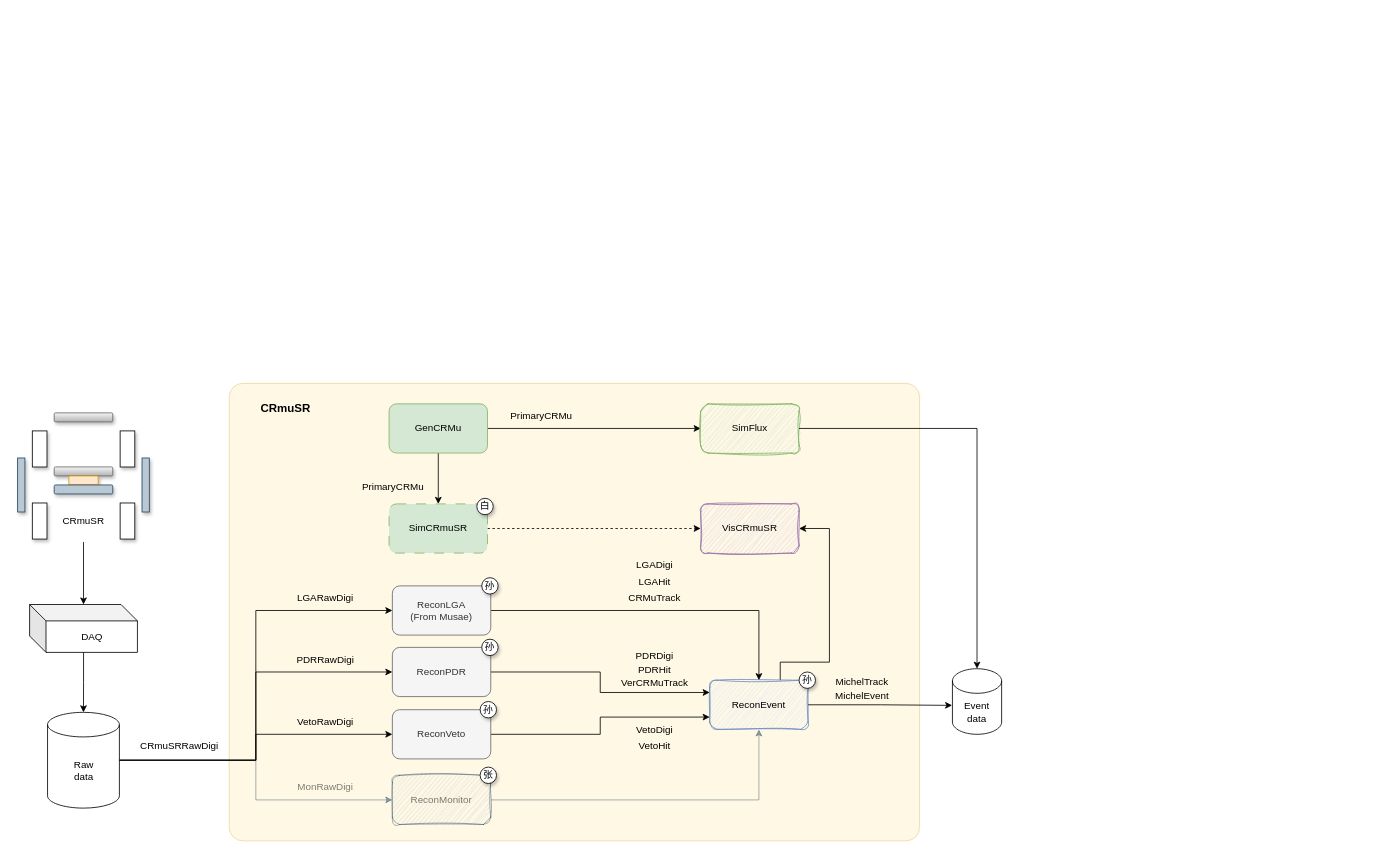
Lawrence-Sun/diagrams keeps this draw.io diagram as CRmuSRReconNew.drawio. Above is the earlier version. Source tidied: cells renumbered, new cells numbered last; positions are measured from the earlier drawing's top-left corner, leaving out a move shared by most shapes. Both pictures are drawn from the tidied source at 82%, with x=0, y=0 at pixel (17, 383).
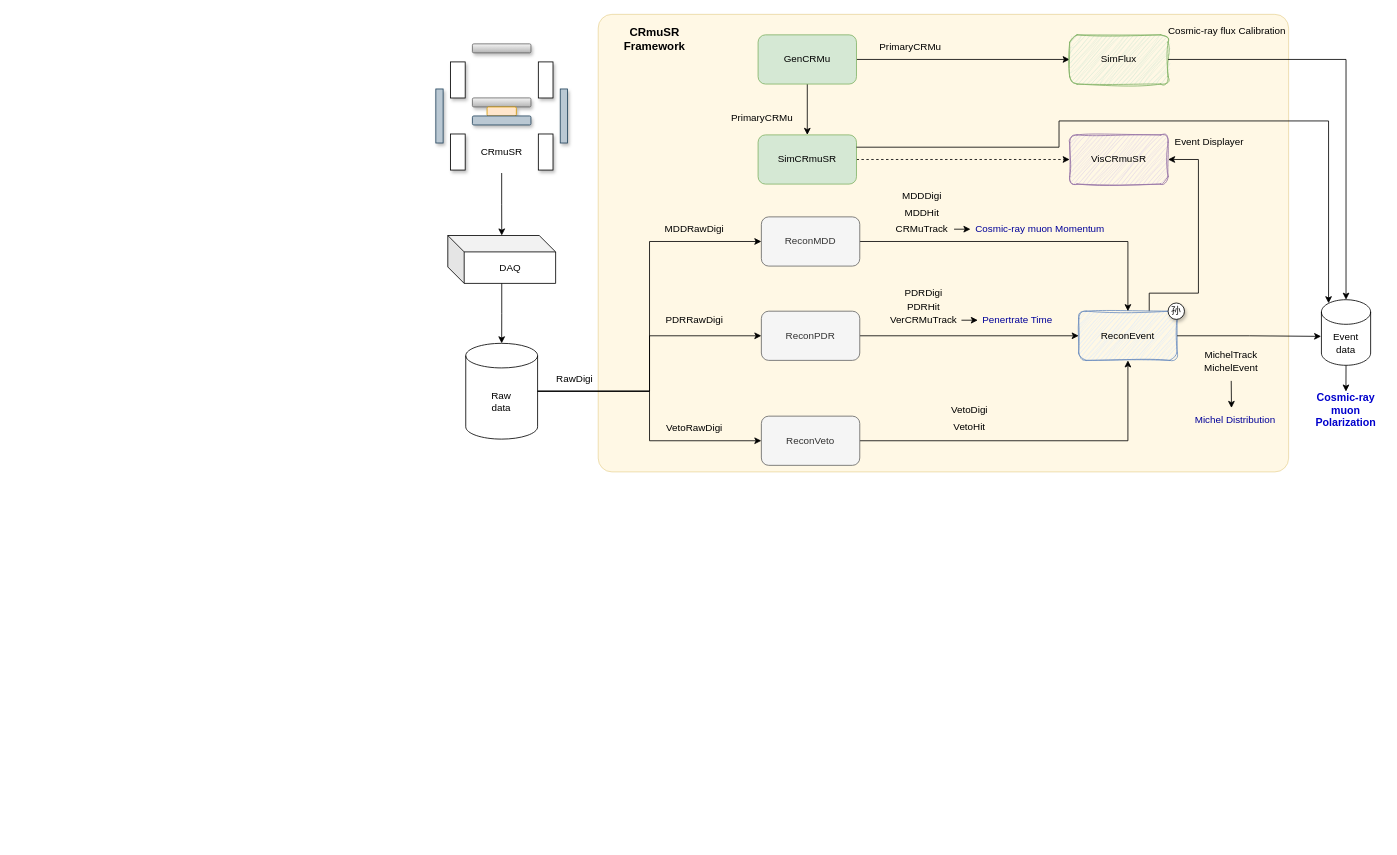
Above is the later version.

Unchanged cells that the change refers to:
```xml
<mxCell id="29" value="Raw&lt;div&gt;data&lt;/div&gt;" style="shape=cylinder3;whiteSpace=wrap;html=1;boundedLbl=1;backgroundOutline=1;size=15;" parent="26" vertex="1">
  <mxGeometry x="36.5" y="365.2" width="87.6" height="116.8" as="geometry" />
</mxCell>
```

Diff of the diagram source:
```diff
@@
     <mxCell id="2" style="rounded=1;whiteSpace=wrap;html=1;arcSize=3;fillColor=#fff2cc;strokeColor=#d6b656;opacity=50;" parent="1" vertex="1">
-      <mxGeometry x="258" width="842" height="558" as="geometry" />
+      <mxGeometry x="708" y="-450" width="842" height="558" as="geometry" />
     </mxCell>
     <mxCell id="3" style="edgeStyle=orthogonalEdgeStyle;rounded=0;jettySize=auto;html=1;entryX=1;entryY=0.5;entryDx=0;entryDy=0;" parent="1" edge="1" source="4" target="5">
       <mxGeometry relative="1" as="geometry">
         <Array as="points">
-          <mxPoint x="930" y="340" />
-          <mxPoint x="990" y="340" />
-          <mxPoint x="990" y="177" />
+          <mxPoint x="1380" y="-110" />
+          <mxPoint x="1440" y="-110" />
+          <mxPoint x="1440" y="-273" />
         </Array>
       </mxGeometry>
     </mxCell>
     <mxCell id="4" value="ReconEvent" style="rounded=1;whiteSpace=wrap;html=1;fillColor=#dae8fc;strokeColor=#6c8ebf;sketch=1;curveFitting=1;jiggle=2;fillStyle=auto;" parent="1" vertex="1">
-      <mxGeometry x="844" y="362" width="120" height="60" as="geometry" />
+      <mxGeometry x="1294" y="-88" width="120" height="60" as="geometry" />
     </mxCell>
     <mxCell id="5" value="VisCRmuSR" style="rounded=1;whiteSpace=wrap;html=1;fillColor=#e1d5e7;strokeColor=#9673a6;sketch=1;curveFitting=1;jiggle=2;" parent="1" vertex="1">
-      <mxGeometry x="833" y="147" width="120" height="60" as="geometry" />
+      <mxGeometry x="1283" y="-303" width="120" height="60" as="geometry" />
     </mxCell>
@@
     <mxCell id="8" value="GenCRMu" style="rounded=1;whiteSpace=wrap;html=1;fillColor=#d5e8d4;strokeColor=#82b366;" parent="1" vertex="1">
-      <mxGeometry x="453" y="25" width="120" height="60" as="geometry" />
+      <mxGeometry x="903" y="-425" width="120" height="60" as="geometry" />
     </mxCell>
@@
-    <mxCell id="10" value="SimCRmuSR" style="rounded=1;whiteSpace=wrap;html=1;fillColor=#d5e8d4;strokeColor=#82b366;glass=0;dashed=1;dashPattern=12 12;" parent="1" vertex="1">
-      <mxGeometry x="453" y="147" width="120" height="60" as="geometry" />
+    <mxCell id="10" value="SimCRmuSR" style="rounded=1;whiteSpace=wrap;html=1;fillColor=#d5e8d4;strokeColor=#82b366;glass=0;" parent="1" vertex="1">
+      <mxGeometry x="903" y="-303" width="120" height="60" as="geometry" />
     </mxCell>
-    <mxCell id="11" value="&lt;b&gt;&lt;font style=&quot;font-size: 14px;&quot;&gt;CRmuSR&lt;/font&gt;&lt;/b&gt;" style="text;html=1;whiteSpace=wrap;strokeColor=none;fillColor=none;align=center;verticalAlign=middle;rounded=0;" parent="1" vertex="1">
-      <mxGeometry x="297" y="15" width="60" height="30" as="geometry" />
+    <mxCell id="11" value="&lt;b&gt;&lt;font style=&quot;font-size: 14px;&quot;&gt;CRmuSR Framework&lt;/font&gt;&lt;/b&gt;" style="text;html=1;whiteSpace=wrap;strokeColor=none;fillColor=none;align=center;verticalAlign=middle;rounded=0;" parent="1" vertex="1">
+      <mxGeometry x="747" y="-435" width="60" height="30" as="geometry" />
     </mxCell>
     <mxCell id="12" value="SimFlux" style="rounded=1;whiteSpace=wrap;html=1;fillColor=#d5e8d4;strokeColor=#82b366;sketch=1;curveFitting=1;jiggle=2;" parent="1" vertex="1">
-      <mxGeometry x="833" y="25" width="120" height="60" as="geometry" />
+      <mxGeometry x="1283" y="-425" width="120" height="60" as="geometry" />
     </mxCell>
@@
-    <mxCell id="14" value="白" style="ellipse;whiteSpace=wrap;html=1;shadow=1;" parent="1" vertex="1">
-      <mxGeometry x="560" y="140.2" width="20" height="20" as="geometry" />
-    </mxCell>
     <mxCell id="15" value="PrimaryCRMu" style="text;html=1;whiteSpace=wrap;strokeColor=none;fillColor=none;align=center;verticalAlign=middle;rounded=0;" parent="1" vertex="1">
-      <mxGeometry x="594" y="25" width="90" height="30" as="geometry" />
+      <mxGeometry x="1044" y="-425" width="90" height="30" as="geometry" />
     </mxCell>
     <mxCell id="16" value="PrimaryCRMu" style="text;html=1;whiteSpace=wrap;strokeColor=none;fillColor=none;align=center;verticalAlign=middle;rounded=0;" parent="1" vertex="1">
-      <mxGeometry x="413" y="111" width="90" height="30" as="geometry" />
+      <mxGeometry x="863" y="-339" width="90" height="30" as="geometry" />
     </mxCell>
-    <mxCell id="17" value="CRmuSRRawDigi" style="text;html=1;whiteSpace=wrap;strokeColor=none;fillColor=none;align=center;verticalAlign=middle;rounded=0;" parent="1" vertex="1">
-      <mxGeometry x="148" y="428" width="99" height="30" as="geometry" />
+    <mxCell id="17" value="RawDigi" style="text;html=1;whiteSpace=wrap;strokeColor=none;fillColor=none;align=center;verticalAlign=middle;rounded=0;" parent="1" vertex="1">
+      <mxGeometry x="630" y="-20" width="99" height="30" as="geometry" />
     </mxCell>
@@
-    <mxCell id="19" value="ReconLGA&lt;div&gt;(From Musae)&lt;/div&gt;" style="rounded=1;whiteSpace=wrap;html=1;glass=0;shadow=0;fillColor=#f5f5f5;fillStyle=hachure;strokeColor=#666666;fontColor=#333333;" parent="1" vertex="1">
-      <mxGeometry x="457" y="247" width="120" height="60" as="geometry" />
+    <mxCell id="19" value="ReconMDD" style="rounded=1;whiteSpace=wrap;html=1;glass=0;shadow=0;fillColor=#f5f5f5;fillStyle=hachure;strokeColor=#666666;fontColor=#333333;" parent="1" vertex="1">
+      <mxGeometry x="907" y="-203" width="120" height="60" as="geometry" />
     </mxCell>
-    <mxCell id="20" style="edgeStyle=orthogonalEdgeStyle;rounded=0;jettySize=auto;html=1;entryX=0;entryY=0.25;entryDx=0;entryDy=0;" parent="1" edge="1" source="21" target="4">
+    <mxCell id="20" style="edgeStyle=orthogonalEdgeStyle;rounded=0;jettySize=auto;html=1;entryX=0;entryY=0.5;entryDx=0;entryDy=0;" parent="1" edge="1" source="21" target="4">
       <mxGeometry relative="1" as="geometry" />
     </mxCell>
     <mxCell id="21" value="ReconPDR" style="rounded=1;whiteSpace=wrap;html=1;glass=0;shadow=0;fillColor=#f5f5f5;fillStyle=hachure;strokeColor=#666666;fontColor=#333333;" parent="1" vertex="1">
-      <mxGeometry x="457" y="322" width="120" height="60" as="geometry" />
+      <mxGeometry x="907" y="-88" width="120" height="60" as="geometry" />
     </mxCell>
-    <mxCell id="22" style="edgeStyle=orthogonalEdgeStyle;rounded=0;jettySize=auto;html=1;entryX=0.5;entryY=1;entryDx=0;entryDy=0;fillColor=#bac8d3;strokeColor=#23445d;opacity=50;textOpacity=50;" parent="1" edge="1" source="23" target="4">
-      <mxGeometry relative="1" as="geometry" />
-    </mxCell>
-    <mxCell id="23" value="ReconMonitor" style="rounded=1;whiteSpace=wrap;html=1;sketch=1;curveFitting=1;jiggle=2;glass=0;shadow=0;fillColor=#bac8d3;fillStyle=hachure;strokeColor=#23445d;opacity=50;textOpacity=50;" parent="1" vertex="1">
-      <mxGeometry x="457" y="478" width="120" height="60" as="geometry" />
-    </mxCell>
-    <mxCell id="24" style="edgeStyle=orthogonalEdgeStyle;rounded=0;jettySize=auto;html=1;entryX=0;entryY=0.75;entryDx=0;entryDy=0;" parent="1" edge="1" source="25" target="4">
-      <mxGeometry relative="1" as="geometry" />
+    <mxCell id="24" style="edgeStyle=orthogonalEdgeStyle;rounded=0;jettySize=auto;html=1;entryX=0.5;entryY=1;entryDx=0;entryDy=0;" parent="1" edge="1" source="25" target="4">
+      <mxGeometry relative="1" as="geometry">
+        <Array as="points">
+          <mxPoint x="1354" y="70" />
+        </Array>
+      </mxGeometry>
     </mxCell>
     <mxCell id="25" value="ReconVeto" style="rounded=1;whiteSpace=wrap;html=1;glass=0;shadow=0;fillColor=#f5f5f5;fillStyle=hachure;strokeColor=#666666;fontColor=#333333;" parent="1" vertex="1">
-      <mxGeometry x="457" y="398" width="120" height="60" as="geometry" />
+      <mxGeometry x="907" y="40" width="120" height="60" as="geometry" />
     </mxCell>
     <mxCell id="26" style="group;" parent="1" vertex="1">
-      <mxGeometry y="36" width="160.7" height="482" as="geometry" />
+      <mxGeometry x="510" y="-414" width="160.7" height="482" as="geometry" />
     </mxCell>
@@
-    <mxCell id="44" style="edgeStyle=orthogonalEdgeStyle;rounded=0;jettySize=auto;html=1;entryX=0;entryY=0.5;entryDx=0;entryDy=0;fillColor=#bac8d3;strokeColor=#23445d;opacity=50;textOpacity=50;" parent="1" edge="1" source="29" target="23">
-      <mxGeometry relative="1" as="geometry" />
-    </mxCell>
@@
-    <mxCell id="46" value="LGADigi" style="text;html=1;whiteSpace=wrap;strokeColor=none;fillColor=none;align=center;verticalAlign=middle;rounded=0;" parent="1" vertex="1">
-      <mxGeometry x="747" y="207" width="60" height="30" as="geometry" />
+    <mxCell id="46" value="MDDDigi" style="text;html=1;whiteSpace=wrap;strokeColor=none;fillColor=none;align=center;verticalAlign=middle;rounded=0;" parent="1" vertex="1">
+      <mxGeometry x="1073" y="-243" width="60" height="30" as="geometry" />
     </mxCell>
-    <mxCell id="47" value="LGAHit" style="text;html=1;whiteSpace=wrap;strokeColor=none;fillColor=none;align=center;verticalAlign=middle;rounded=0;fontColor=light-dark(#000000,#FF8000);" parent="1" vertex="1">
-      <mxGeometry x="747" y="227" width="60" height="30" as="geometry" />
+    <mxCell id="47" value="MDDHit" style="text;html=1;whiteSpace=wrap;strokeColor=none;fillColor=none;align=center;verticalAlign=middle;rounded=0;fontColor=light-dark(#000000,#FF8000);" parent="1" vertex="1">
+      <mxGeometry x="1073" y="-223" width="60" height="30" as="geometry" />
     </mxCell>
+    <mxCell id="67" style="edgeStyle=orthogonalEdgeStyle;rounded=0;orthogonalLoop=1;jettySize=auto;html=1;" parent="1" edge="1">
+      <mxGeometry relative="1" as="geometry">
+        <mxPoint x="1142" y="-188" as="sourcePoint" />
+        <mxPoint x="1162" y="-188" as="targetPoint" />
+      </mxGeometry>
+    </mxCell>
     <mxCell id="48" value="CRMuTrack" style="text;html=1;whiteSpace=wrap;strokeColor=none;fillColor=none;align=center;verticalAlign=middle;rounded=0;fontColor=light-dark(#000000,#FF8000);" parent="1" vertex="1">
-      <mxGeometry x="747" y="247" width="60" height="30" as="geometry" />
+      <mxGeometry x="1073" y="-203" width="60" height="30" as="geometry" />
     </mxCell>
-    <mxCell id="49" value="LGARawDigi" style="text;html=1;whiteSpace=wrap;strokeColor=none;fillColor=none;align=center;verticalAlign=middle;rounded=0;" parent="1" vertex="1">
-      <mxGeometry x="326" y="247" width="99" height="30" as="geometry" />
+    <mxCell id="49" value="MDDRawDigi" style="text;html=1;whiteSpace=wrap;strokeColor=none;fillColor=none;align=center;verticalAlign=middle;rounded=0;" parent="1" vertex="1">
+      <mxGeometry x="776" y="-203" width="99" height="30" as="geometry" />
     </mxCell>
-    <mxCell id="50" value="张" style="ellipse;whiteSpace=wrap;html=1;shadow=1;" parent="1" vertex="1">
-      <mxGeometry x="564" y="468" width="20" height="20" as="geometry" />
-    </mxCell>
     <mxCell id="51" value="孙" style="ellipse;whiteSpace=wrap;html=1;shadow=1;" parent="1" vertex="1">
-      <mxGeometry x="953" y="352" width="20" height="20" as="geometry" />
+      <mxGeometry x="1403" y="-98" width="20" height="20" as="geometry" />
     </mxCell>
-    <mxCell id="52" value="孙" style="ellipse;whiteSpace=wrap;html=1;shadow=1;" parent="1" vertex="1">
-      <mxGeometry x="566" y="312" width="20" height="20" as="geometry" />
-    </mxCell>
     <mxCell id="53" value="PDRDigi" style="text;html=1;whiteSpace=wrap;strokeColor=none;fillColor=none;align=center;verticalAlign=middle;rounded=0;" parent="1" vertex="1">
-      <mxGeometry x="747" y="318" width="60" height="30" as="geometry" />
+      <mxGeometry x="1075" y="-125" width="60" height="30" as="geometry" />
     </mxCell>
     <mxCell id="54" value="PDRHit" style="text;html=1;whiteSpace=wrap;strokeColor=none;fillColor=none;align=center;verticalAlign=middle;rounded=0;fontColor=light-dark(#000000,#FF8000);" parent="1" vertex="1">
-      <mxGeometry x="747" y="335" width="60" height="30" as="geometry" />
+      <mxGeometry x="1075" y="-108" width="60" height="30" as="geometry" />
     </mxCell>
-    <mxCell id="55" value="孙" style="ellipse;whiteSpace=wrap;html=1;shadow=1;" parent="1" vertex="1">
-      <mxGeometry x="564" y="388" width="20" height="20" as="geometry" />
-    </mxCell>
     <mxCell id="56" value="VetoDigi" style="text;html=1;whiteSpace=wrap;strokeColor=none;fillColor=none;align=center;verticalAlign=middle;rounded=0;" parent="1" vertex="1">
-      <mxGeometry x="747" y="408" width="60" height="30" as="geometry" />
+      <mxGeometry x="1131" y="18" width="60" height="30" as="geometry" />
     </mxCell>
     <mxCell id="57" value="VetoHit" style="text;html=1;whiteSpace=wrap;strokeColor=none;fillColor=none;align=center;verticalAlign=middle;rounded=0;fontColor=light-dark(#000000,#FF8000);" parent="1" vertex="1">
-      <mxGeometry x="747" y="428" width="60" height="30" as="geometry" />
+      <mxGeometry x="1131" y="38" width="60" height="30" as="geometry" />
     </mxCell>
     <mxCell id="58" value="PDRRawDigi" style="text;html=1;whiteSpace=wrap;strokeColor=none;fillColor=none;align=center;verticalAlign=middle;rounded=0;" parent="1" vertex="1">
-      <mxGeometry x="326" y="322" width="99" height="30" as="geometry" />
+      <mxGeometry x="776" y="-92" width="99" height="30" as="geometry" />
     </mxCell>
-    <mxCell id="59" value="MonRawDigi" style="text;html=1;whiteSpace=wrap;align=center;verticalAlign=middle;rounded=0;opacity=50;textOpacity=50;" parent="1" vertex="1">
-      <mxGeometry x="326" y="478" width="99" height="30" as="geometry" />
-    </mxCell>
     <mxCell id="60" value="VetoRawDigi" style="text;html=1;whiteSpace=wrap;strokeColor=none;fillColor=none;align=center;verticalAlign=middle;rounded=0;" parent="1" vertex="1">
-      <mxGeometry x="326" y="398" width="99" height="30" as="geometry" />
+      <mxGeometry x="776" y="40" width="99" height="30" as="geometry" />
     </mxCell>
-    <mxCell id="61" value="孙" style="ellipse;whiteSpace=wrap;html=1;shadow=1;" parent="1" vertex="1">
-      <mxGeometry x="566" y="237" width="20" height="20" as="geometry" />
-    </mxCell>
+    <mxCell id="68" style="edgeStyle=orthogonalEdgeStyle;rounded=0;jettySize=auto;html=1;exitX=0.5;exitY=1;exitDx=0;exitDy=0;" parent="1" edge="1" source="62">
+      <mxGeometry relative="1" as="geometry">
+        <mxPoint x="1480.3" y="30" as="targetPoint" />
+      </mxGeometry>
+    </mxCell>
     <mxCell id="62" value="MichelEvent" style="text;html=1;whiteSpace=wrap;strokeColor=none;fillColor=none;align=center;verticalAlign=middle;rounded=0;" parent="1" vertex="1">
-      <mxGeometry x="1000" y="366" width="60" height="30" as="geometry" />
+      <mxGeometry x="1450" y="-33" width="60" height="30" as="geometry" />
     </mxCell>
@@
+    <mxCell id="69" style="edgeStyle=orthogonalEdgeStyle;rounded=0;jettySize=auto;html=1;exitX=0.5;exitY=1;exitDx=0;exitDy=0;exitPerimeter=0;" parent="1" edge="1" source="64">
+      <mxGeometry relative="1" as="geometry">
+        <mxPoint x="1619.9" y="10" as="targetPoint" />
+      </mxGeometry>
+    </mxCell>
     <mxCell id="64" value="Event&lt;div&gt;data&lt;/div&gt;" style="shape=cylinder3;whiteSpace=wrap;html=1;boundedLbl=1;backgroundOutline=1;size=15;" parent="1" vertex="1">
-      <mxGeometry x="1140" y="348" width="60" height="80" as="geometry" />
+      <mxGeometry x="1590" y="-102" width="60" height="80" as="geometry" />
     </mxCell>
+    <mxCell id="70" style="edgeStyle=orthogonalEdgeStyle;rounded=0;orthogonalLoop=1;jettySize=auto;html=1;" parent="1" edge="1">
+      <mxGeometry relative="1" as="geometry">
+        <mxPoint x="1151" y="-77" as="sourcePoint" />
+        <mxPoint x="1171" y="-77" as="targetPoint" />
+      </mxGeometry>
+    </mxCell>
     <mxCell id="65" value="VerCRMuTrack" style="text;html=1;whiteSpace=wrap;strokeColor=none;fillColor=none;align=center;verticalAlign=middle;rounded=0;fontColor=light-dark(#000000,#FF8000);" parent="1" vertex="1">
-      <mxGeometry x="747" y="351" width="60" height="30" as="geometry" />
+      <mxGeometry x="1075" y="-92" width="60" height="30" as="geometry" />
     </mxCell>
     <mxCell id="66" value="MichelTrack" style="text;html=1;whiteSpace=wrap;strokeColor=none;fillColor=none;align=center;verticalAlign=middle;rounded=0;" parent="1" vertex="1">
-      <mxGeometry x="1000" y="349" width="60" height="30" as="geometry" />
+      <mxGeometry x="1450" y="-50" width="60" height="30" as="geometry" />
     </mxCell>
+    <mxCell id="71" value="Cosmic-ray muon Momentum" style="text;html=1;whiteSpace=wrap;strokeColor=none;fillColor=none;align=center;verticalAlign=middle;rounded=0;fontColor=#000099;" parent="1" vertex="1">
+      <mxGeometry x="1162" y="-203" width="170" height="30" as="geometry" />
+    </mxCell>
+    <mxCell id="72" value="Penertrate Time" style="text;html=1;whiteSpace=wrap;strokeColor=none;fillColor=none;align=center;verticalAlign=middle;rounded=0;fontColor=#000099;" parent="1" vertex="1">
+      <mxGeometry x="1170" y="-92" width="99" height="30" as="geometry" />
+    </mxCell>
+    <mxCell id="73" value="Michel Distribution" style="text;html=1;whiteSpace=wrap;strokeColor=none;fillColor=none;align=center;verticalAlign=middle;rounded=0;fontColor=#000099;" parent="1" vertex="1">
+      <mxGeometry x="1418.5" y="30" width="131.5" height="30" as="geometry" />
+    </mxCell>
+    <mxCell id="74" style="edgeStyle=orthogonalEdgeStyle;rounded=0;jettySize=auto;html=1;exitX=1;exitY=0.25;exitDx=0;exitDy=0;entryX=0.145;entryY=0;entryDx=0;entryDy=4.35;entryPerimeter=0;" parent="1" edge="1" source="10" target="64">
+      <mxGeometry relative="1" as="geometry">
+        <Array as="points">
+          <mxPoint x="1270" y="-288" />
+          <mxPoint x="1270" y="-320" />
+          <mxPoint x="1598.7" y="-320" />
+        </Array>
+      </mxGeometry>
+    </mxCell>
+    <mxCell id="75" value="Cosmic-ray muon Polarization" style="text;html=1;whiteSpace=wrap;strokeColor=none;fillColor=none;align=center;verticalAlign=middle;rounded=0;fontColor=#0000CC;fontSize=13;fontStyle=1;" parent="1" vertex="1">
+      <mxGeometry x="1575" y="18" width="90" height="30" as="geometry" />
+    </mxCell>
+    <mxCell id="76" value="Event Displayer" style="text;html=1;whiteSpace=wrap;strokeColor=none;fillColor=none;align=center;verticalAlign=middle;rounded=0;" parent="1" vertex="1">
+      <mxGeometry x="1400" y="-309" width="107.1" height="30" as="geometry" />
+    </mxCell>
+    <mxCell id="77" value="Cosmic-ray flux Calibration" style="text;html=1;whiteSpace=wrap;strokeColor=none;fillColor=none;align=center;verticalAlign=middle;rounded=0;" parent="1" vertex="1">
+      <mxGeometry x="1400" y="-444" width="150" height="30" as="geometry" />
+    </mxCell>
```
